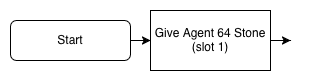
The draw.io diagram tutorials/python-islands/island-7/autominer/images/flowchart-landscape_1.png in CausewayDigital/Minecraft-EE-MakeCode, before a commit. Source tidied: cells renumbered, new cells last; positions are measured from the earlier drawing's top-left corner, leaving out a move shared by most shapes.
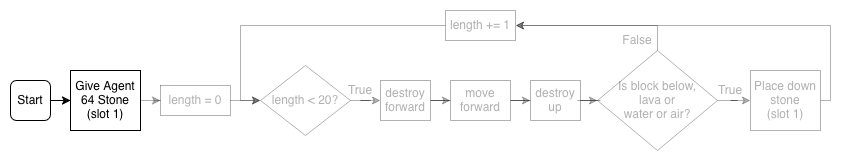
After the commit.

What changed in the source:
```diff
@@ -6,15 +6,82 @@
       <mxGeometry relative="1" as="geometry" />
     </mxCell>
     <mxCell id="3" value="Start" style="rounded=1;whiteSpace=wrap;html=1;" parent="1" vertex="1">
-      <mxGeometry y="10" width="120" height="40" as="geometry" />
+      <mxGeometry x="-120" y="140" width="40" height="40" as="geometry" />
     </mxCell>
-    <mxCell id="4" style="edgeStyle=orthogonalEdgeStyle;rounded=0;jettySize=auto;html=1;" parent="1" edge="1" source="5">
-      <mxGeometry relative="1" as="geometry">
-        <mxPoint x="280" y="30" as="targetPoint" />
-      </mxGeometry>
-    </mxCell>
+    <mxCell id="6" style="edgeStyle=orthogonalEdgeStyle;rounded=0;jettySize=auto;html=1;opacity=30;textOpacity=30;" parent="1" edge="1" source="5" target="8">
+      <mxGeometry relative="1" as="geometry" />
+    </mxCell>
-    <mxCell id="5" value="&lt;div&gt;Give Agent 64 Stone&lt;/div&gt;&lt;div&gt;(slot 1)&lt;/div&gt;" style="rounded=0;whiteSpace=wrap;html=1;" parent="1" vertex="1">
-      <mxGeometry x="140" width="120" height="60" as="geometry" />
+    <mxCell id="5" value="&lt;div&gt;Give Agent 64 Stone&lt;/div&gt;(slot 1)" style="rounded=0;whiteSpace=wrap;html=1;" parent="1" vertex="1">
+      <mxGeometry x="-60" y="130" width="70" height="60" as="geometry" />
     </mxCell>
+    <mxCell id="7" style="edgeStyle=orthogonalEdgeStyle;rounded=0;jettySize=auto;html=1;opacity=30;textOpacity=30;" parent="1" edge="1" source="8" target="10">
+      <mxGeometry relative="1" as="geometry" />
+    </mxCell>
+    <mxCell id="8" value="length = 0" style="rounded=0;whiteSpace=wrap;html=1;opacity=30;textOpacity=30;" parent="1" vertex="1">
+      <mxGeometry x="30" y="145" width="70" height="30" as="geometry" />
+    </mxCell>
+    <mxCell id="9" style="edgeStyle=orthogonalEdgeStyle;rounded=0;jettySize=auto;html=1;opacity=30;textOpacity=30;" parent="1" edge="1" source="10" target="12">
+      <mxGeometry relative="1" as="geometry" />
+    </mxCell>
+    <mxCell id="10" value="length &amp;lt; 20?" style="rhombus;whiteSpace=wrap;html=1;opacity=30;textOpacity=30;" parent="1" vertex="1">
+      <mxGeometry x="130" y="125" width="90" height="70" as="geometry" />
+    </mxCell>
+    <mxCell id="11" style="edgeStyle=orthogonalEdgeStyle;rounded=0;jettySize=auto;html=1;opacity=30;textOpacity=30;" parent="1" edge="1" source="12" target="14">
+      <mxGeometry relative="1" as="geometry" />
+    </mxCell>
+    <mxCell id="12" value="destroy forward" style="rounded=0;whiteSpace=wrap;html=1;opacity=30;textOpacity=30;" parent="1" vertex="1">
+      <mxGeometry x="250" y="140" width="50" height="40" as="geometry" />
+    </mxCell>
+    <mxCell id="13" style="edgeStyle=orthogonalEdgeStyle;rounded=0;jettySize=auto;html=1;exitX=1;exitY=0.5;exitDx=0;exitDy=0;opacity=30;textOpacity=30;" parent="1" edge="1" source="14" target="16">
+      <mxGeometry relative="1" as="geometry" />
+    </mxCell>
+    <mxCell id="14" value="move forward" style="rounded=0;whiteSpace=wrap;html=1;opacity=30;textOpacity=30;" parent="1" vertex="1">
+      <mxGeometry x="320" y="140" width="60" height="40" as="geometry" />
+    </mxCell>
+    <mxCell id="15" style="edgeStyle=orthogonalEdgeStyle;rounded=0;jettySize=auto;html=1;opacity=30;textOpacity=30;" parent="1" edge="1" source="16" target="18">
+      <mxGeometry relative="1" as="geometry" />
+    </mxCell>
+    <mxCell id="16" value="destroy up" style="rounded=0;whiteSpace=wrap;html=1;opacity=30;textOpacity=30;" parent="1" vertex="1">
+      <mxGeometry x="400" y="140" width="50" height="40" as="geometry" />
+    </mxCell>
+    <mxCell id="17" style="edgeStyle=orthogonalEdgeStyle;rounded=0;jettySize=auto;html=1;opacity=30;textOpacity=30;" parent="1" edge="1" source="18" target="20">
+      <mxGeometry relative="1" as="geometry" />
+    </mxCell>
+    <mxCell id="18" value="Is block below, &lt;br&gt;lava or &lt;br&gt;water or air?" style="rhombus;whiteSpace=wrap;html=1;opacity=30;textOpacity=30;" parent="1" vertex="1">
+      <mxGeometry x="467" y="110" width="120" height="100" as="geometry" />
+    </mxCell>
+    <mxCell id="19" style="edgeStyle=orthogonalEdgeStyle;rounded=0;jettySize=auto;html=1;entryX=1;entryY=0.5;entryDx=0;entryDy=0;opacity=30;textOpacity=30;" parent="1" edge="1" source="20" target="26">
+      <mxGeometry relative="1" as="geometry">
+        <Array as="points">
+          <mxPoint x="700" y="160" />
+          <mxPoint x="700" y="85" />
+        </Array>
+      </mxGeometry>
+    </mxCell>
+    <mxCell id="20" value="&lt;div&gt;Place down stone&lt;/div&gt;(slot 1)" style="rounded=0;whiteSpace=wrap;html=1;opacity=30;textOpacity=30;" parent="1" vertex="1">
+      <mxGeometry x="620" y="130" width="70" height="60" as="geometry" />
+    </mxCell>
+    <mxCell id="21" value="True&lt;span style=&quot;color: rgba(0 , 0 , 0 , 0) ; font-family: monospace ; font-size: 0px&quot;&gt;%3CmxGraphModel%3E%3Croot%3E%3CmxCell%20id%3D%220%22%2F%3E%3CmxCell%20id%3D%221%22%20parent%3D%220%22%2F%3E%3CmxCell%20id%3D%222%22%20value%3D%22destroy%20forward%22%20style%3D%22rounded%3D0%3BwhiteSpace%3Dwrap%3Bhtml%3D1%3B%22%20vertex%3D%221%22%20parent%3D%221%22%3E%3CmxGeometry%20x%3D%22240%22%20y%3D%22560%22%20width%3D%22120%22%20height%3D%2260%22%20as%3D%22geometry%22%2F%3E%3C%2FmxCell%3E%3C%2Froot%3E%3C%2FmxGraphModel%3E&lt;/span&gt;" style="text;html=1;align=center;verticalAlign=middle;whiteSpace=wrap;rounded=0;opacity=30;textOpacity=30;" parent="1" vertex="1">
+      <mxGeometry x="210" y="140" width="40" height="20" as="geometry" />
+    </mxCell>
+    <mxCell id="22" value="True&lt;span style=&quot;color: rgba(0 , 0 , 0 , 0) ; font-family: monospace ; font-size: 0px&quot;&gt;%3CmxGraphModel%3E%3Croot%3E%3CmxCell%20id%3D%220%22%2F%3E%3CmxCell%20id%3D%221%22%20parent%3D%220%22%2F%3E%3CmxCell%20id%3D%222%22%20value%3D%22destroy%20forward%22%20style%3D%22rounded%3D0%3BwhiteSpace%3Dwrap%3Bhtml%3D1%3B%22%20vertex%3D%221%22%20parent%3D%221%22%3E%3CmxGeometry%20x%3D%22240%22%20y%3D%22560%22%20width%3D%22120%22%20height%3D%2260%22%20as%3D%22geometry%22%2F%3E%3C%2FmxCell%3E%3C%2Froot%3E%3C%2FmxGraphModel%3E&lt;/span&gt;" style="text;html=1;align=center;verticalAlign=middle;whiteSpace=wrap;rounded=0;opacity=30;textOpacity=30;" parent="1" vertex="1">
+      <mxGeometry x="580" y="140" width="40" height="20" as="geometry" />
+    </mxCell>
+    <mxCell id="23" style="edgeStyle=orthogonalEdgeStyle;rounded=0;jettySize=auto;html=1;exitX=1;exitY=1;exitDx=0;exitDy=0;entryX=1;entryY=0.5;entryDx=0;entryDy=0;opacity=30;textOpacity=30;" parent="1" edge="1" source="24" target="26">
+      <mxGeometry relative="1" as="geometry">
+        <Array as="points">
+          <mxPoint x="527" y="85" />
+        </Array>
+      </mxGeometry>
+    </mxCell>
+    <mxCell id="24" value="False" style="text;html=1;align=center;verticalAlign=middle;whiteSpace=wrap;rounded=0;opacity=30;textOpacity=30;" parent="1" vertex="1">
+      <mxGeometry x="487" y="90" width="40" height="20" as="geometry" />
+    </mxCell>
+    <mxCell id="25" style="edgeStyle=orthogonalEdgeStyle;rounded=0;jettySize=auto;html=1;entryX=0;entryY=0.5;entryDx=0;entryDy=0;opacity=30;textOpacity=30;" parent="1" edge="1" source="26" target="10">
+      <mxGeometry relative="1" as="geometry" />
+    </mxCell>
+    <mxCell id="26" value="length += 1" style="rounded=0;whiteSpace=wrap;html=1;opacity=30;textOpacity=30;" parent="1" vertex="1">
+      <mxGeometry x="315" y="70" width="70" height="30" as="geometry" />
+    </mxCell>
   </root>
 </mxGraphModel>
```
